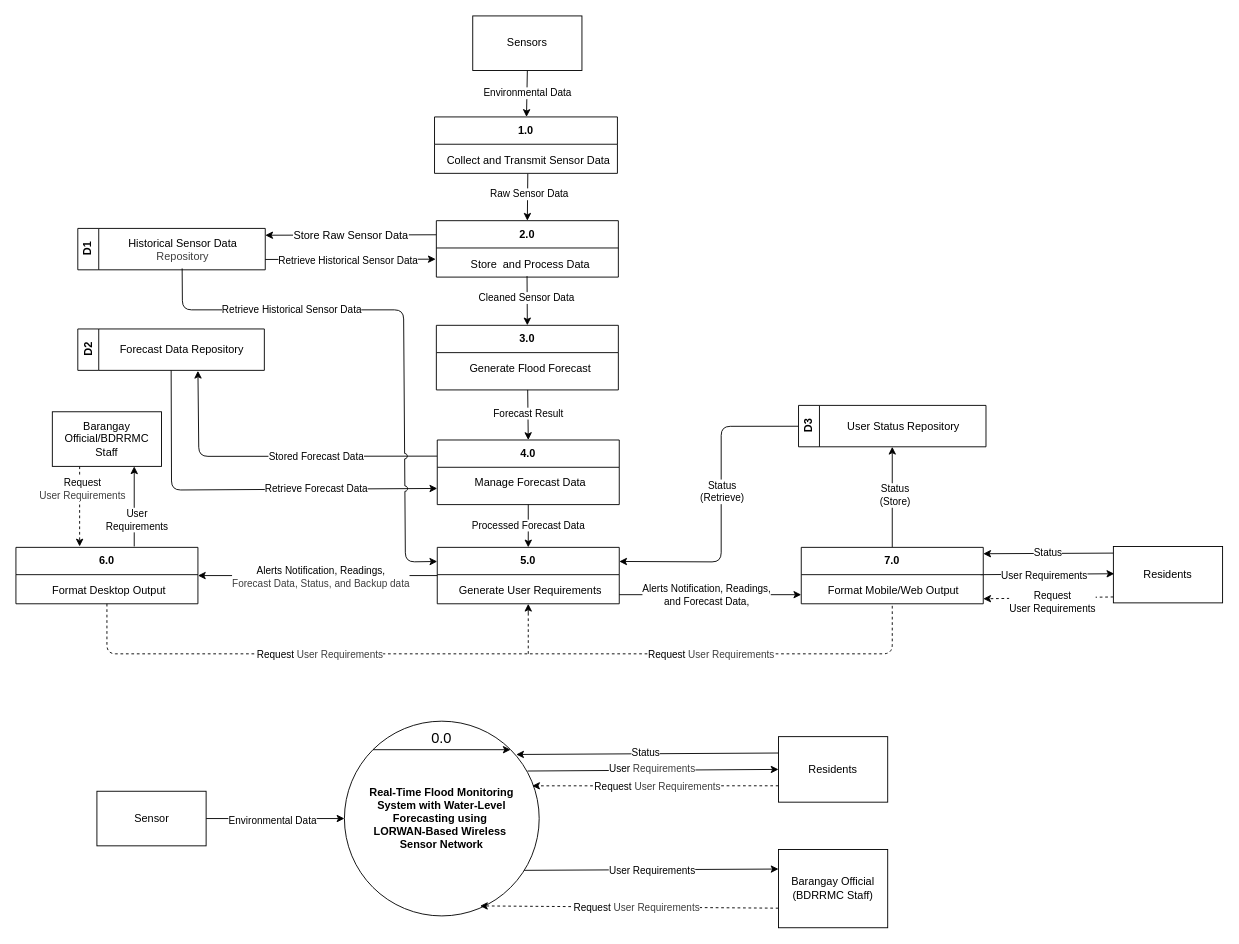
The draw.io diagram DataFlowDiagram copy.drawio in netteyr14/floodwatch-drawio-stuff, before the edit. Source tidied: cells renumbered, new cells numbered last; positions are measured from the earlier drawing's top-left corner, leaving out a move shared by most shapes. Both pictures are drawn from the tidied source at 91%, with x=0, y=0 at pixel (15, 15).
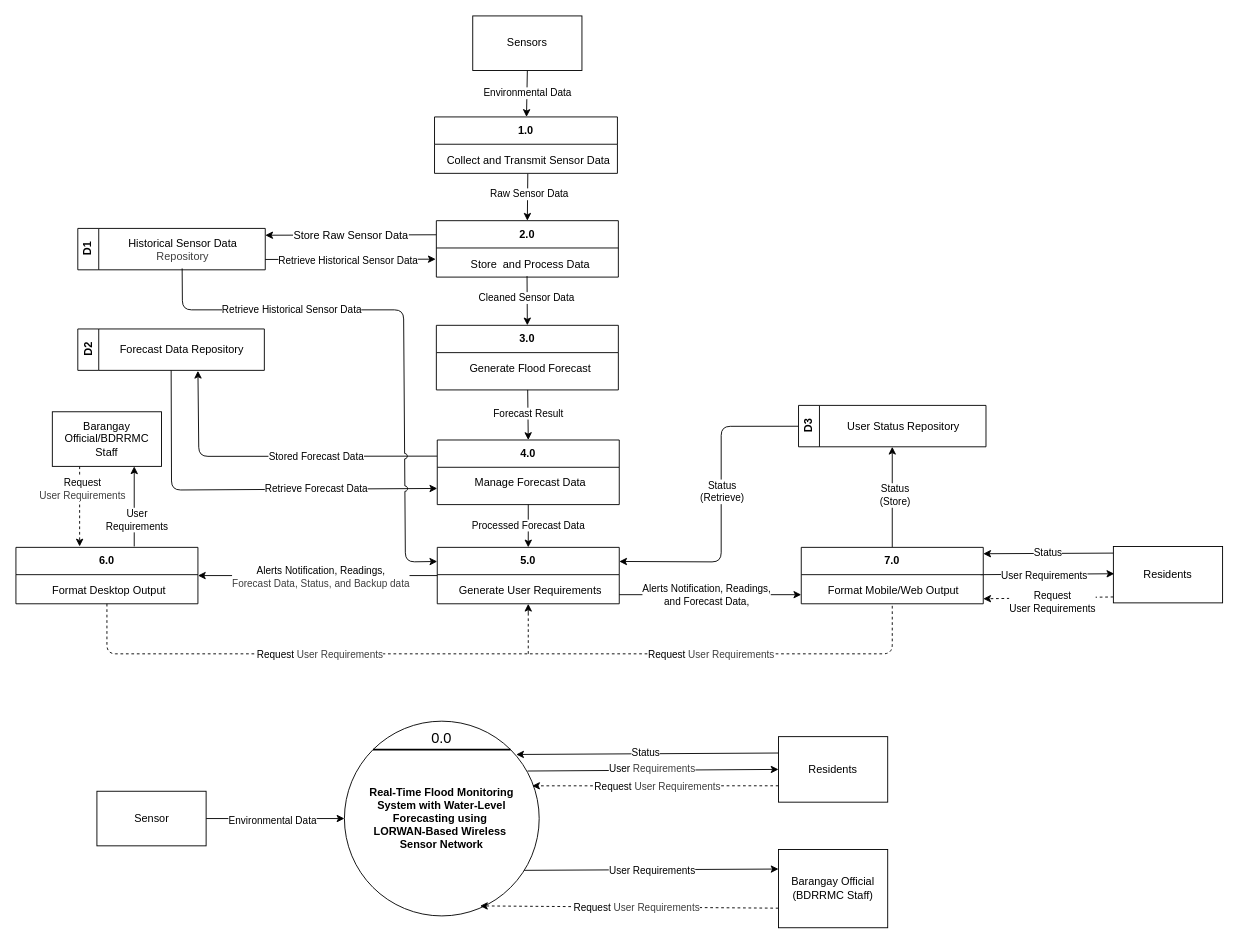
Above is the later version.

Commit message:
[WINDOWS][UPDATE] DFD lvl 0

The change refers to these unchanged cells:
```xml
<mxCell id="51" value="&lt;b&gt;Real-Time Flood Monitoring&lt;/b&gt;&lt;div&gt;&lt;b&gt;System with Water-Level Forecasting using&amp;nbsp;&lt;/b&gt;&lt;/div&gt;&lt;div&gt;&lt;b&gt;LORWAN-Based Wireless&amp;nbsp;&lt;/b&gt;&lt;/div&gt;&lt;div&gt;&lt;b&gt;Sensor Network&lt;/b&gt;&lt;/div&gt;" style="ellipse;whiteSpace=wrap;html=1;" parent="1" vertex="1">
  <mxGeometry x="361" y="775" width="214" height="214" as="geometry" />
</mxCell>
```

The edit, as a diff of the source:
```diff
@@
-    <mxCell id="85" style="edgeStyle=orthogonalEdgeStyle;html=1;innerLoopWaypoints=1;exitX=0;exitY=0;exitDx=0;exitDy=0;entryX=1;entryY=0;entryDx=0;entryDy=0;" parent="1" edge="1" source="51" target="51">
+    <mxCell id="85" style="edgeStyle=orthogonalEdgeStyle;html=1;innerLoopWaypoints=1;exitX=0;exitY=0;exitDx=0;exitDy=0;entryX=1;entryY=0;entryDx=0;entryDy=0;endArrow=none;endFill=0;strokeWidth=2;" parent="1" edge="1" source="51" target="51">
       <mxGeometry relative="1" as="geometry" />
     </mxCell>
```
